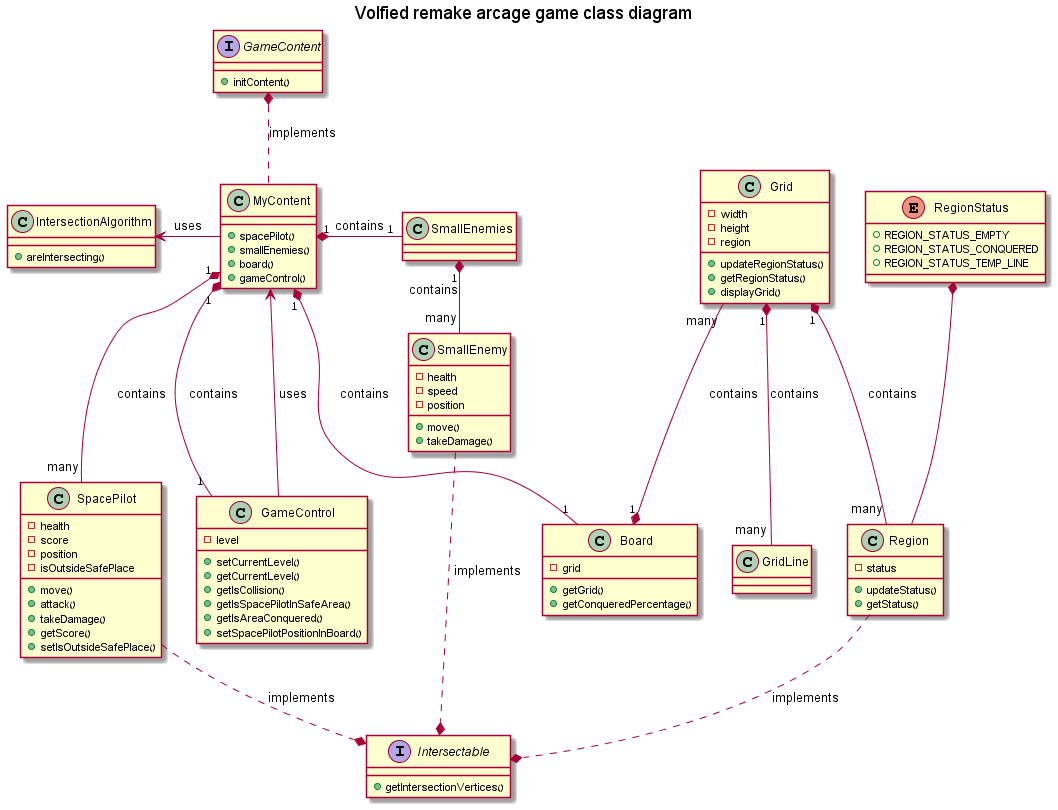
Above: Design/Volfied_SystemClassDiagram4Presentation.png in Y2PTechnion/TechnionFinalProject (PlantUML), before the change.
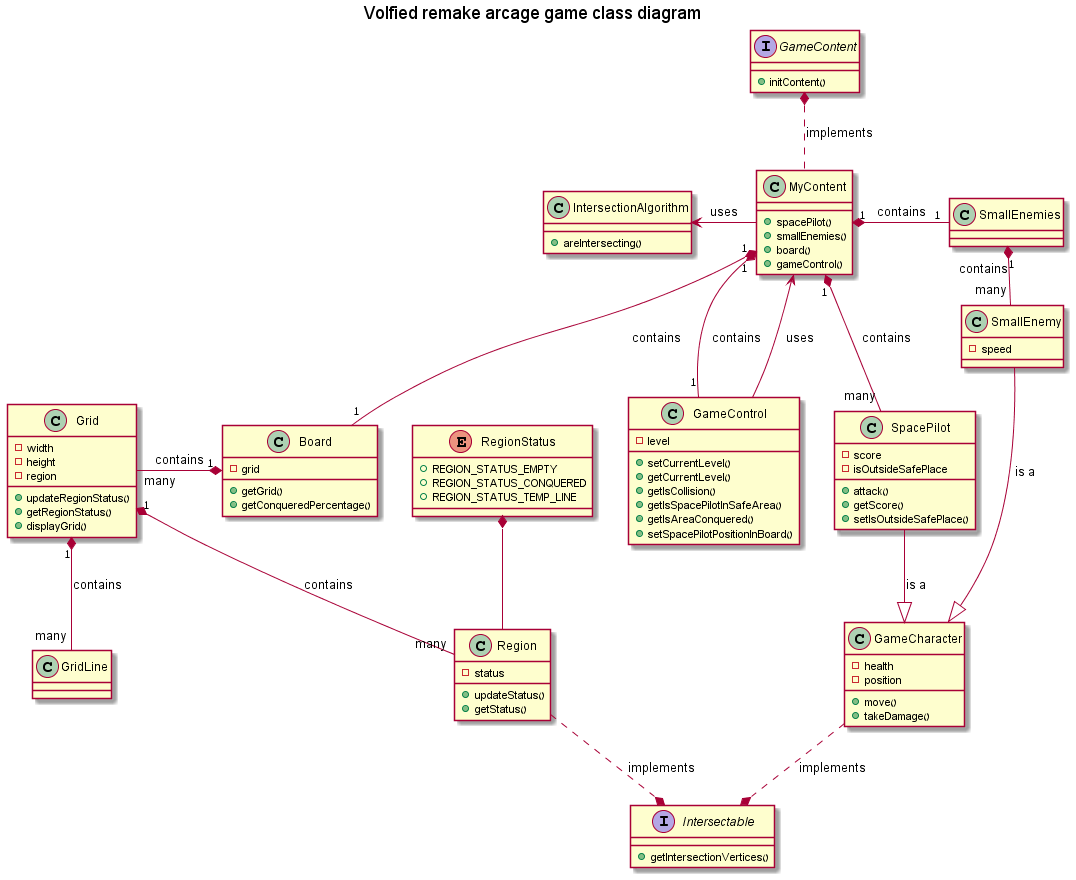
After the change.

What changed in the source:
```diff
@@ -67,30 +67,30 @@
 Board "1" *-left- "many" Grid : contains
 
 class SpacePilot {
-	-health
 	-score
-	-position
 	-isOutsideSafePlace
 
-	+move()
 	+attack()
-	+takeDamage()
 	+getScore()
 	+setIsOutsideSafePlace()
 }
 
-SpacePilot ..* Intersectable : implements
+class SmallEnemy {
+	-speed
+}
 
-class SmallEnemy {
+class GameCharacter {
 	-health
-	-speed
 	-position
 
 	+move()
 	+takeDamage()
 }
 
-SmallEnemy ..* Intersectable : implements
+
+SpacePilot -down-|> GameCharacter  : is a
+SmallEnemy -down-|> GameCharacter  : is a
+GameCharacter .down.* Intersectable : implements
 
 class SmallEnemies {
 }
```
